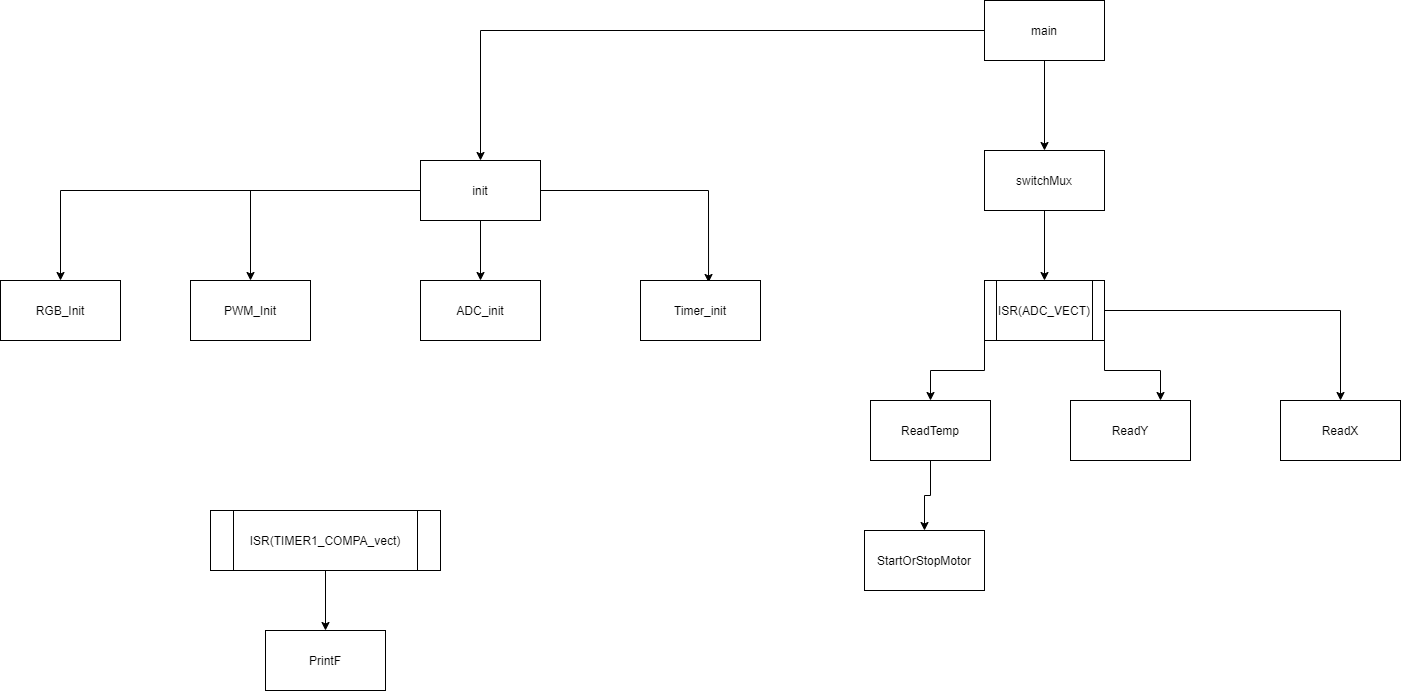
Before: ProjektSmartHouse/Hipo.png, a diagram exported from draw.io (CasperWind/SmartHome). Source tidied: cells renumbered, new cells last; positions are measured from the earlier drawing's top-left corner, leaving out a move shared by most shapes.
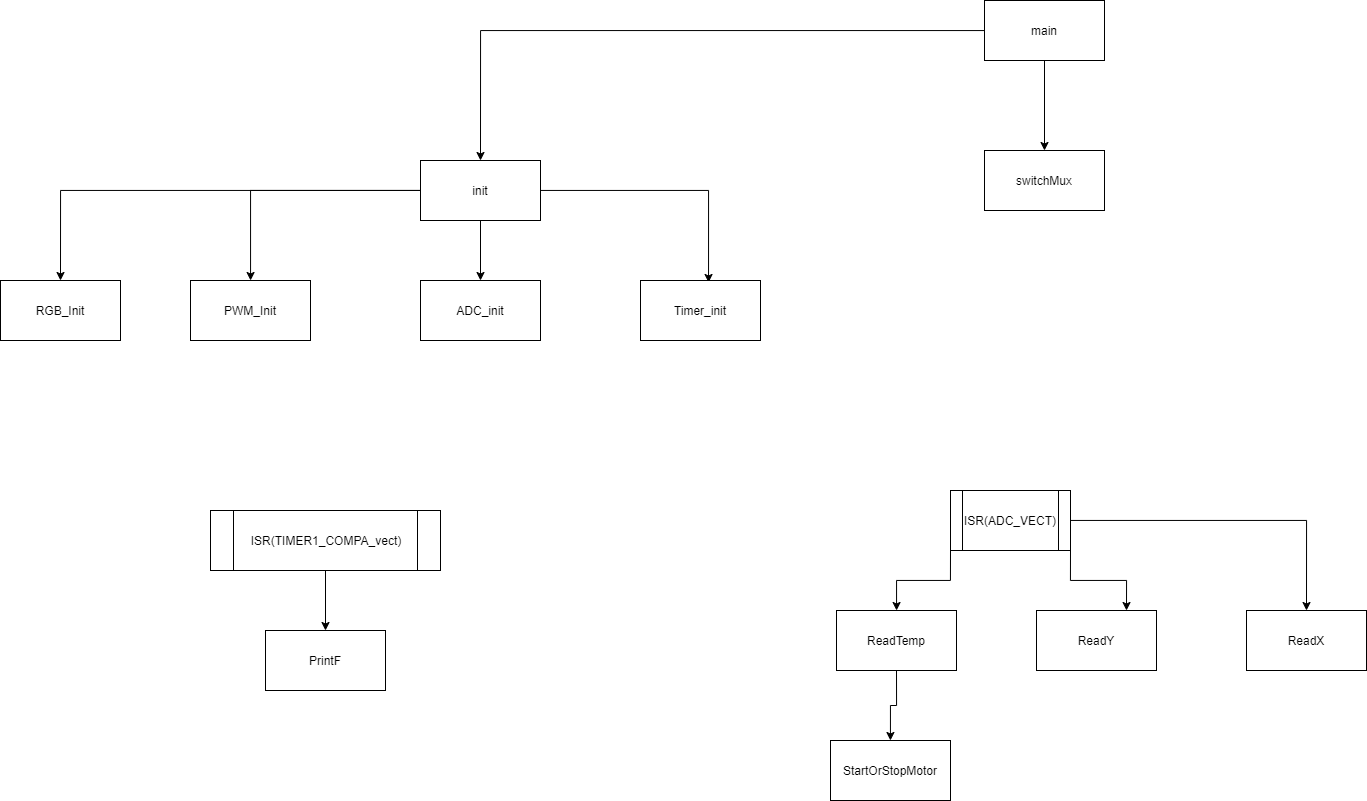
After the change.

Commit message:
hipo opdateret

The edit, as a diff of the source:
```diff
@@ -11,9 +11,6 @@
     <mxCell id="4" value="main" style="rounded=0;whiteSpace=wrap;html=1;" parent="1" vertex="1">
       <mxGeometry x="984" width="120" height="60" as="geometry" />
     </mxCell>
-    <mxCell id="5" style="edgeStyle=orthogonalEdgeStyle;rounded=0;jettySize=auto;html=1;entryX=0.5;entryY=0;entryDx=0;entryDy=0;" parent="1" edge="1" source="6" target="10">
-      <mxGeometry relative="1" as="geometry" />
-    </mxCell>
     <mxCell id="6" value="switchMux" style="rounded=0;whiteSpace=wrap;html=1;" parent="1" vertex="1">
       <mxGeometry x="984" y="150" width="120" height="60" as="geometry" />
     </mxCell>
@@ -27,19 +24,19 @@
       <mxGeometry relative="1" as="geometry" />
     </mxCell>
     <mxCell id="10" value="ISR(ADC_VECT)" style="shape=process;whiteSpace=wrap;html=1;backgroundOutline=1;" parent="1" vertex="1">
-      <mxGeometry x="984" y="280" width="120" height="60" as="geometry" />
+      <mxGeometry x="950" y="490" width="120" height="60" as="geometry" />
     </mxCell>
     <mxCell id="11" style="edgeStyle=orthogonalEdgeStyle;rounded=0;jettySize=auto;html=1;exitX=0.5;exitY=1;exitDx=0;exitDy=0;" parent="1" edge="1" source="12" target="14">
       <mxGeometry relative="1" as="geometry" />
     </mxCell>
     <mxCell id="12" value="ReadTemp" style="rounded=0;whiteSpace=wrap;html=1;" parent="1" vertex="1">
-      <mxGeometry x="870" y="400" width="120" height="60" as="geometry" />
+      <mxGeometry x="836" y="610" width="120" height="60" as="geometry" />
     </mxCell>
     <mxCell id="13" value="ReadY" style="rounded=0;whiteSpace=wrap;html=1;" parent="1" vertex="1">
-      <mxGeometry x="1070" y="400" width="120" height="60" as="geometry" />
+      <mxGeometry x="1036" y="610" width="120" height="60" as="geometry" />
     </mxCell>
     <mxCell id="14" value="StartOrStopMotor" style="rounded=0;whiteSpace=wrap;html=1;" parent="1" vertex="1">
-      <mxGeometry x="864" y="530" width="120" height="60" as="geometry" />
+      <mxGeometry x="830" y="740" width="120" height="60" as="geometry" />
     </mxCell>
     <mxCell id="15" style="edgeStyle=orthogonalEdgeStyle;rounded=0;jettySize=auto;html=1;entryX=0.5;entryY=0;entryDx=0;entryDy=0;" parent="1" edge="1" source="19" target="21">
       <mxGeometry relative="1" as="geometry" />
@@ -66,7 +63,7 @@
       <mxGeometry x="640" y="280" width="120" height="60" as="geometry" />
     </mxCell>
     <mxCell id="23" value="ReadX" style="rounded=0;whiteSpace=wrap;html=1;" parent="1" vertex="1">
-      <mxGeometry x="1280" y="400" width="120" height="60" as="geometry" />
+      <mxGeometry x="1246" y="610" width="120" height="60" as="geometry" />
     </mxCell>
     <mxCell id="24" style="edgeStyle=orthogonalEdgeStyle;rounded=0;jettySize=auto;html=1;entryX=0.5;entryY=0;entryDx=0;entryDy=0;" parent="1" edge="1" source="25" target="26">
       <mxGeometry relative="1" as="geometry" />
```
